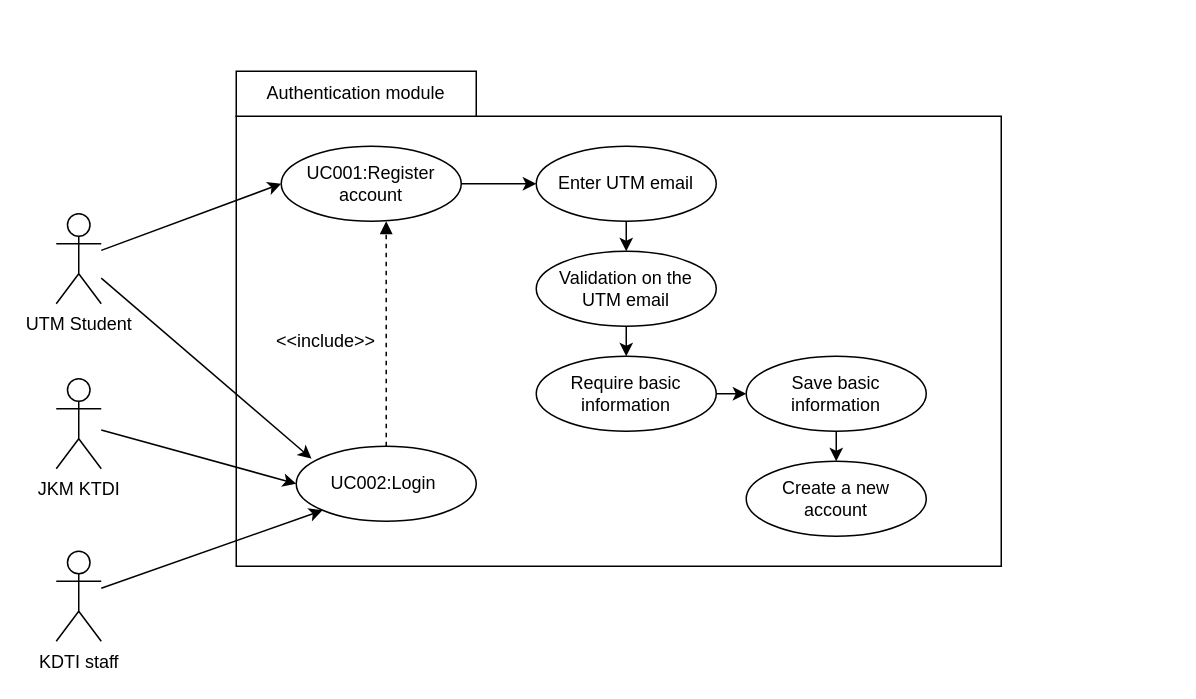
The draw.io diagram page "UC001 & UC002 use case" (5 of 10) of project/drawio/Curiousity/UML.drawio in drshahizan/software-engineering, before the edit. Source tidied: cells renumbered, new cells numbered last; positions are measured from the earlier drawing's top-left corner, leaving out a move shared by most shapes. Both pictures are drawn from the tidied source at 150%, with x=0, y=0 at pixel (56, 70).
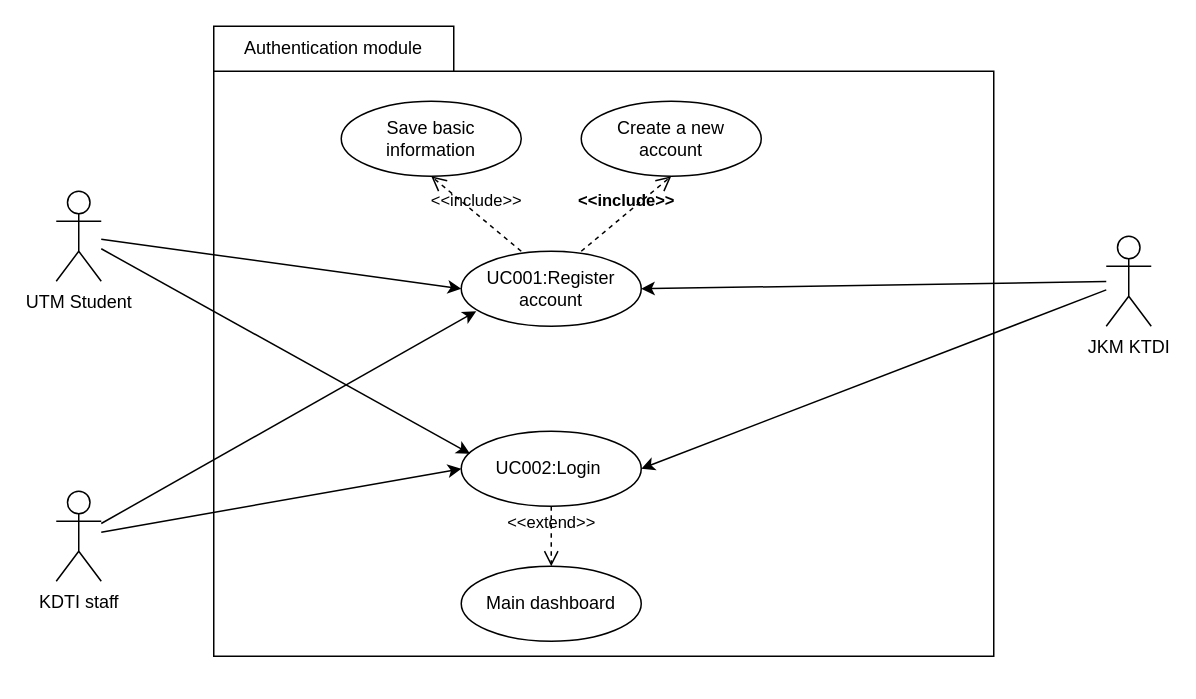
The same diagram, later.

The change refers to these unchanged cells:
```xml
<mxCell id="5" style="ellipse;whiteSpace=wrap;html=1;" parent="4" vertex="1">
  <mxGeometry width="120" height="50" as="geometry" />
</mxCell>
<mxCell id="6" value="UC002:Login&amp;nbsp;" style="text;strokeColor=none;align=center;fillColor=none;html=1;verticalAlign=middle;whiteSpace=wrap;rounded=0;" parent="4" vertex="1">
  <mxGeometry x="10" y="10" width="100" height="30" as="geometry" />
</mxCell>
<mxCell id="13" style="ellipse;whiteSpace=wrap;html=1;" parent="12" vertex="1">
  <mxGeometry width="120" height="50" as="geometry" />
</mxCell>
<mxCell id="16" style="ellipse;whiteSpace=wrap;html=1;" parent="15" vertex="1">
  <mxGeometry width="120" height="50" as="geometry" />
</mxCell>
<mxCell id="19" style="ellipse;whiteSpace=wrap;html=1;" parent="18" vertex="1">
  <mxGeometry width="120" height="50" as="geometry" />
</mxCell>
```

Diff of the diagram source:
```diff
@@
     <mxCell id="2" value="UTM Student" style="shape=umlActor;verticalLabelPosition=bottom;verticalAlign=top;html=1;outlineConnect=0;" parent="1" vertex="1">
-      <mxGeometry y="95" width="30" height="60" as="geometry" />
+      <mxGeometry y="80" width="30" height="60" as="geometry" />
     </mxCell>
     <mxCell id="3" style="rounded=0;whiteSpace=wrap;html=1;" parent="1" vertex="1">
-      <mxGeometry x="120" y="30" width="510" height="300" as="geometry" />
+      <mxGeometry x="105" width="520" height="390" as="geometry" />
     </mxCell>
     <mxCell id="4" style="group;" parent="1" vertex="1">
-      <mxGeometry x="160" y="250" width="120" height="50" as="geometry" />
+      <mxGeometry x="270" y="240" width="120" height="50" as="geometry" />
     </mxCell>
@@
+    <mxCell id="37" style="edgeStyle=none;html=1;entryX=1;entryY=0.5;entryDx=0;entryDy=0;" parent="1" edge="1" source="8" target="19">
+      <mxGeometry relative="1" as="geometry" />
+    </mxCell>
-    <mxCell id="7" style="edgeStyle=none;html=1;entryX=0;entryY=0.5;entryDx=0;entryDy=0;" parent="1" edge="1" source="8" target="5">
+    <mxCell id="7" style="edgeStyle=none;html=1;entryX=1;entryY=0.5;entryDx=0;entryDy=0;" parent="1" edge="1" source="8" target="5">
       <mxGeometry relative="1" as="geometry" />
     </mxCell>
     <mxCell id="8" value="JKM KTDI" style="shape=umlActor;verticalLabelPosition=bottom;verticalAlign=top;html=1;outlineConnect=0;" parent="1" vertex="1">
-      <mxGeometry y="205" width="30" height="60" as="geometry" />
+      <mxGeometry x="700" y="110" width="30" height="60" as="geometry" />
     </mxCell>
+    <mxCell id="38" style="edgeStyle=none;html=1;" parent="1" edge="1" source="10">
+      <mxGeometry relative="1" as="geometry">
+        <mxPoint x="280" y="160" as="targetPoint" />
+      </mxGeometry>
+    </mxCell>
-    <mxCell id="9" style="edgeStyle=none;html=1;entryX=0;entryY=1;entryDx=0;entryDy=0;" parent="1" edge="1" source="10" target="5">
+    <mxCell id="9" style="edgeStyle=none;html=1;entryX=0;entryY=0.5;entryDx=0;entryDy=0;" parent="1" edge="1" source="10" target="5">
       <mxGeometry relative="1" as="geometry" />
     </mxCell>
     <mxCell id="10" value="KDTI staff" style="shape=umlActor;verticalLabelPosition=bottom;verticalAlign=top;html=1;outlineConnect=0;" parent="1" vertex="1">
-      <mxGeometry y="320" width="30" height="60" as="geometry" />
+      <mxGeometry y="280" width="30" height="60" as="geometry" />
     </mxCell>
     <mxCell id="11" value="Authentication module" style="whiteSpace=wrap;html=1;" parent="1" vertex="1">
-      <mxGeometry x="120" width="160" height="30" as="geometry" />
+      <mxGeometry x="105" y="-30" width="160" height="30" as="geometry" />
     </mxCell>
     <mxCell id="12" style="group;" parent="1" vertex="1">
-      <mxGeometry x="460" y="260" width="120" height="50" as="geometry" />
+      <mxGeometry x="350" y="20" width="120" height="50" as="geometry" />
     </mxCell>
@@
     <mxCell id="15" style="group;" parent="1" vertex="1">
-      <mxGeometry x="460" y="190" width="120" height="50" as="geometry" />
+      <mxGeometry x="190" y="20" width="120" height="50" as="geometry" />
     </mxCell>
@@
     <mxCell id="18" style="group;" parent="1" vertex="1">
-      <mxGeometry x="150" y="50" width="120" height="50" as="geometry" />
+      <mxGeometry x="270" y="120" width="120" height="50" as="geometry" />
     </mxCell>
@@
-    <mxCell id="22" style="group;" parent="1" vertex="1">
-      <mxGeometry x="320" y="120" width="120" height="50" as="geometry" />
-    </mxCell>
-    <mxCell id="23" style="ellipse;whiteSpace=wrap;html=1;" parent="22" vertex="1">
-      <mxGeometry width="120" height="50" as="geometry" />
-    </mxCell>
-    <mxCell id="24" value="Validation on the UTM email" style="text;strokeColor=none;align=center;fillColor=none;html=1;verticalAlign=middle;whiteSpace=wrap;rounded=0;" parent="22" vertex="1">
-      <mxGeometry x="10" y="10" width="100" height="30" as="geometry" />
-    </mxCell>
-    <mxCell id="25" value="&amp;lt;&amp;lt;include&amp;gt;&amp;gt;" style="text;strokeColor=none;align=center;fillColor=none;html=1;verticalAlign=middle;whiteSpace=wrap;rounded=0;" parent="1" vertex="1">
-      <mxGeometry x="150" y="165" width="60" height="30" as="geometry" />
-    </mxCell>
-    <mxCell id="26" style="edgeStyle=none;html=1;" parent="1" edge="1">
-      <mxGeometry relative="1" as="geometry">
-        <mxPoint x="380" y="100" as="sourcePoint" />
-        <mxPoint x="380" y="120" as="targetPoint" />
-      </mxGeometry>
-    </mxCell>
-    <mxCell id="27" style="html=1;verticalAlign=bottom;labelBackgroundColor=none;endArrow=block;endFill=1;dashed=1;entryX=0.583;entryY=1;entryDx=0;entryDy=0;entryPerimeter=0;" parent="1" edge="1" source="5" target="19">
-      <mxGeometry relative="1" as="geometry" />
-    </mxCell>
-    <mxCell id="28" value="Enter UTM email" style="ellipse;whiteSpace=wrap;html=1;" parent="1" vertex="1">
-      <mxGeometry x="320" y="50" width="120" height="50" as="geometry" />
-    </mxCell>
-    <mxCell id="29" style="edgeStyle=none;html=1;exitX=1;exitY=0.5;exitDx=0;exitDy=0;" parent="1" edge="1" source="19" target="28">
-      <mxGeometry relative="1" as="geometry" />
-    </mxCell>
-    <mxCell id="30" style="group;" parent="1" vertex="1">
-      <mxGeometry x="320" y="190" width="120" height="50" as="geometry" />
-    </mxCell>
-    <mxCell id="31" style="ellipse;whiteSpace=wrap;html=1;" parent="30" vertex="1">
-      <mxGeometry width="120" height="50" as="geometry" />
-    </mxCell>
-    <mxCell id="32" value="Require basic information" style="text;strokeColor=none;align=center;fillColor=none;html=1;verticalAlign=middle;whiteSpace=wrap;rounded=0;" parent="30" vertex="1">
-      <mxGeometry x="10" y="10" width="100" height="30" as="geometry" />
-    </mxCell>
-    <mxCell id="33" style="edgeStyle=none;html=1;entryX=0.5;entryY=0;entryDx=0;entryDy=0;" parent="1" edge="1" target="31">
-      <mxGeometry relative="1" as="geometry">
-        <mxPoint x="380" y="170" as="sourcePoint" />
-      </mxGeometry>
-    </mxCell>
-    <mxCell id="34" style="edgeStyle=none;html=1;entryX=0;entryY=0.5;entryDx=0;entryDy=0;" parent="1" edge="1" source="31" target="16">
-      <mxGeometry relative="1" as="geometry" />
-    </mxCell>
-    <mxCell id="35" style="edgeStyle=none;html=1;entryX=0.5;entryY=0;entryDx=0;entryDy=0;" parent="1" edge="1" target="13">
-      <mxGeometry relative="1" as="geometry">
-        <mxPoint x="520" y="240" as="sourcePoint" />
-      </mxGeometry>
-    </mxCell>
-    <mxCell id="36" style="edgeStyle=none;html=1;entryX=0.002;entryY=-0.056;entryDx=0;entryDy=0;entryPerimeter=0;fillColor=#FF0000;" parent="1" edge="1" source="2" target="6">
-      <mxGeometry relative="1" as="geometry" />
-    </mxCell>
+    <mxCell id="39" style="edgeStyle=none;html=1;entryX=0.049;entryY=0.301;entryDx=0;entryDy=0;entryPerimeter=0;" parent="1" edge="1" source="2" target="5">
+      <mxGeometry relative="1" as="geometry" />
+    </mxCell>
+    <mxCell id="40" value="&amp;lt;&amp;lt;include&amp;gt;&amp;gt;" style="endArrow=open;startArrow=none;endFill=0;startFill=0;endSize=8;html=1;verticalAlign=bottom;dashed=1;labelBackgroundColor=none;entryX=0.5;entryY=1;entryDx=0;entryDy=0;fontStyle=1;" parent="1" edge="1" target="13">
+      <mxGeometry relative="1" as="geometry">
+        <mxPoint x="350" y="120" as="sourcePoint" />
+      </mxGeometry>
+    </mxCell>
+    <mxCell id="41" value="&amp;lt;&amp;lt;include&amp;gt;&amp;gt;" style="endArrow=open;startArrow=none;endFill=0;startFill=0;endSize=8;html=1;verticalAlign=bottom;dashed=1;labelBackgroundColor=none;entryX=0.5;entryY=1;entryDx=0;entryDy=0;" parent="1" edge="1" target="16">
+      <mxGeometry relative="1" as="geometry">
+        <mxPoint x="310" y="120" as="sourcePoint" />
+      </mxGeometry>
+    </mxCell>
+    <mxCell id="42" style="group;" parent="1" vertex="1">
+      <mxGeometry x="270" y="330" width="120" height="50" as="geometry" />
+    </mxCell>
+    <mxCell id="43" style="ellipse;whiteSpace=wrap;html=1;" parent="42" vertex="1">
+      <mxGeometry width="120" height="50" as="geometry" />
+    </mxCell>
+    <mxCell id="44" value="Main dashboard" style="text;strokeColor=none;align=center;fillColor=none;html=1;verticalAlign=middle;whiteSpace=wrap;rounded=0;" parent="42" vertex="1">
+      <mxGeometry x="10" y="10" width="100" height="30" as="geometry" />
+    </mxCell>
+    <mxCell id="45" value="&amp;lt;&amp;lt;extend&amp;gt;&amp;gt;" style="endArrow=open;startArrow=none;endFill=0;startFill=0;endSize=8;html=1;verticalAlign=bottom;dashed=1;labelBackgroundColor=none;exitX=0.5;exitY=1;exitDx=0;exitDy=0;" parent="1" edge="1" source="5" target="43">
+      <mxGeometry relative="1" as="geometry" />
+    </mxCell>
```
